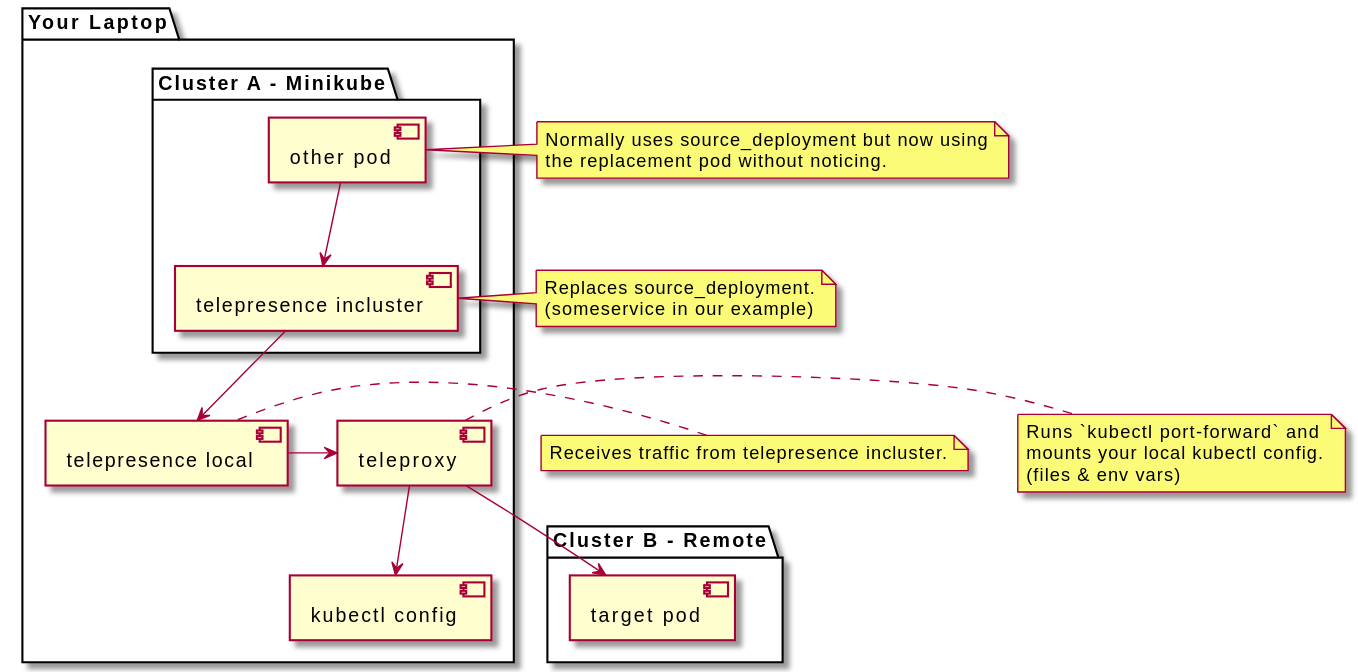
Above: deployment_diagram.svg in Flared/teleproxy (PlantUML), before the change.
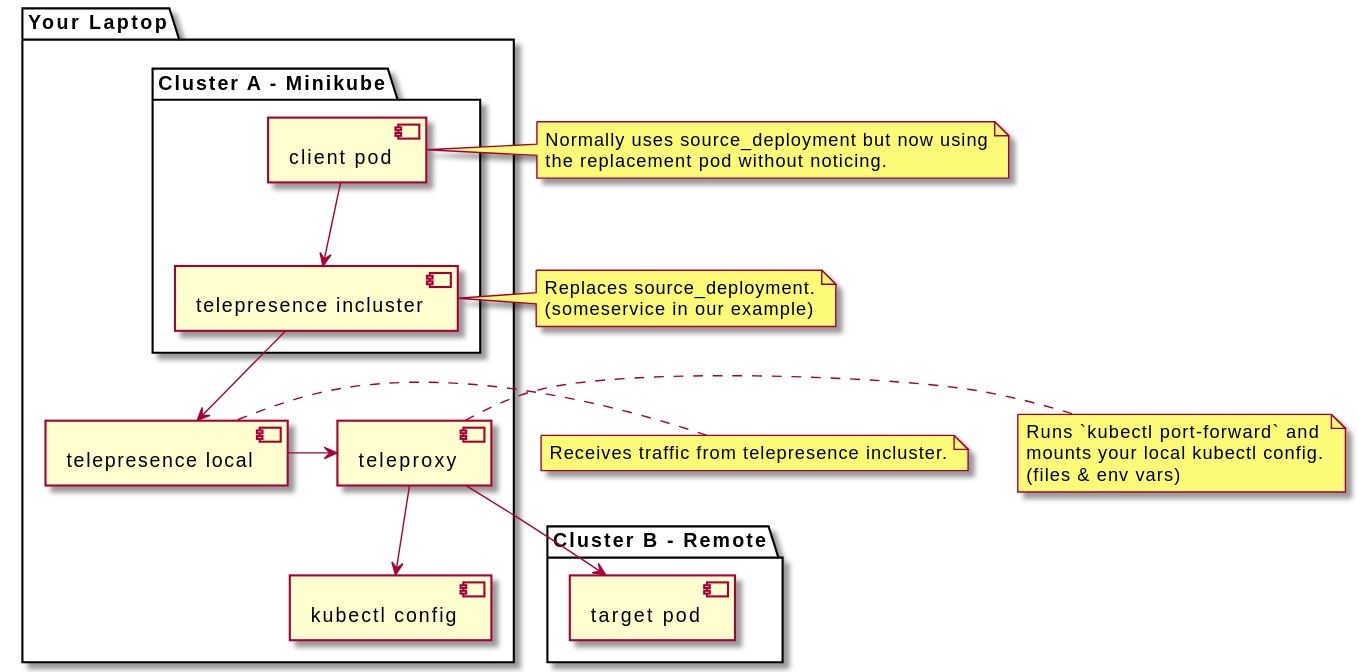
After the change.

Commit message:
other pod -> client pod

The edit, as a diff of the source:
```diff
@@ -7,7 +7,7 @@
 
     package "Cluster A - Minikube" {
         [telepresence incluster]
-        [other pod]
+        [client pod]
     }
 
 }
@@ -20,7 +20,7 @@
 [telepresence local] -> [teleproxy]
 [teleproxy] --> [target pod]
 [teleproxy] --> [kubectl config]
-[other pod] --> [telepresence incluster]
+[client pod] --> [telepresence incluster]
 
 note left of [telepresence incluster]
   Replaces source_deployment.
@@ -35,7 +35,7 @@
     (files & env vars)
 endnote
 
-note right of [other pod]
+note right of [client pod]
  Normally uses source_deployment but now using
  the replacement pod without noticing.
 endnote
```
